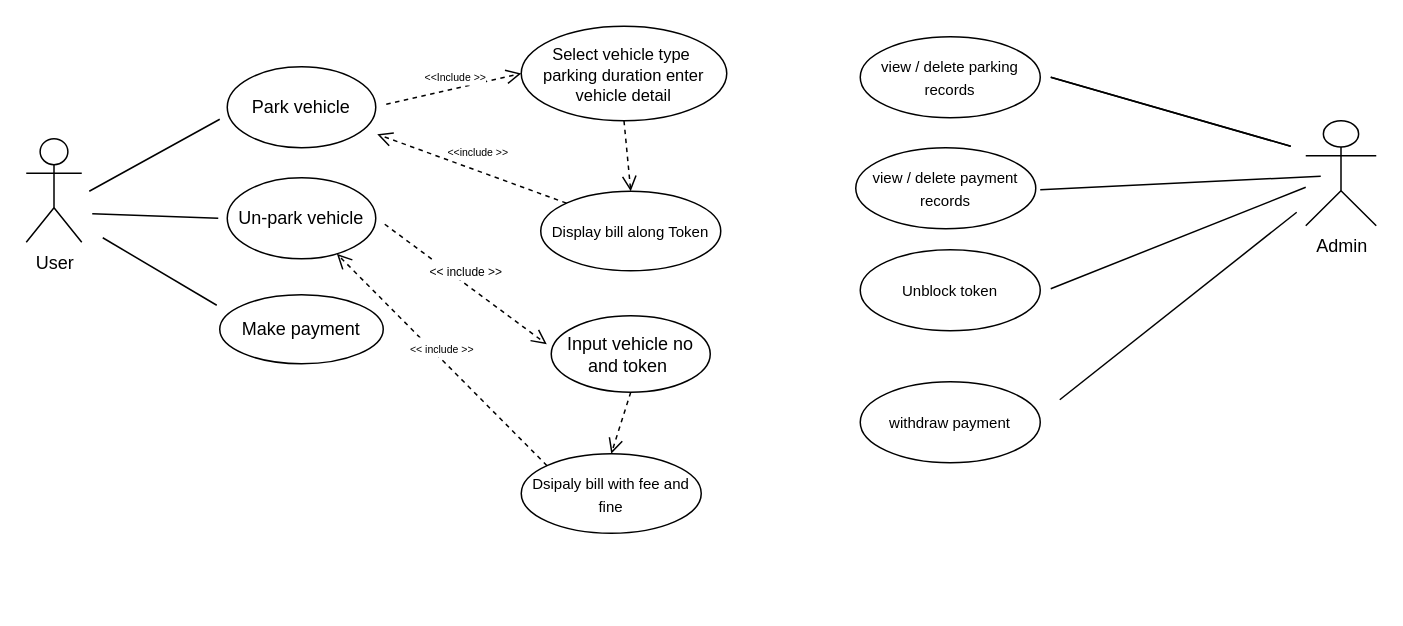
Earlier version of the draw.io diagram UseCaseDiagram.drawio (Saad123ali/SE-ParkingMgmtSystem). Source tidied: cells renumbered, new cells numbered last; positions are measured from the earlier drawing's top-left corner, leaving out a move shared by most shapes. Both pictures are drawn from the tidied source at 150%, with x=0, y=0 at pixel (26, 26).
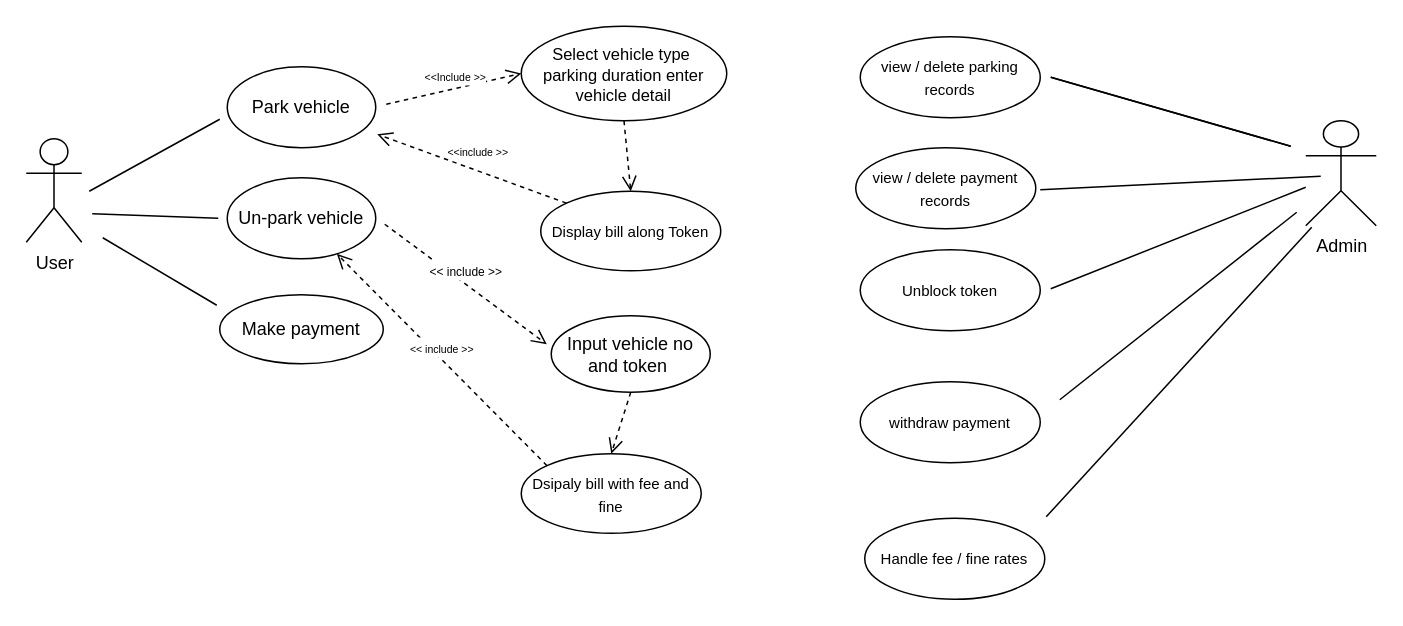
The same page after the edit.

Change to the diagram source:
```diff
@@
+    <mxCell id="30" value="&lt;font style=&quot;font-size: 10px;&quot;&gt;Handle fee / fine rates&lt;/font&gt;" style="ellipse;whiteSpace=wrap;html=1;" parent="1" vertex="1">
+      <mxGeometry x="559" y="328" width="120" height="54" as="geometry" />
+    </mxCell>
+    <mxCell id="31" style="endArrow=none;html=1;rounded=0;" parent="1" edge="1">
+      <mxGeometry relative="1" as="geometry">
+        <mxPoint x="680" y="327" as="sourcePoint" />
+        <mxPoint x="857" y="134" as="targetPoint" />
+      </mxGeometry>
+    </mxCell>
```
